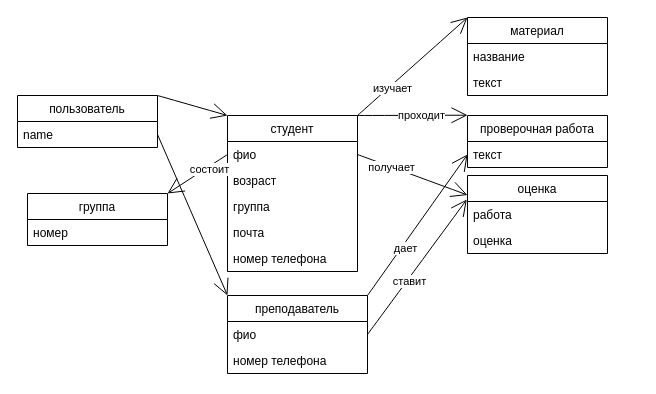
The draw.io diagram page "бд_лог" (2 of 3) of дорожная карта.drawio in yanelena/diagrams, before the edit. Source tidied: cells renumbered, new cells numbered last; positions are measured from the earlier drawing's top-left corner, leaving out a move shared by most shapes. Both pictures are drawn from the tidied source at 100%, with x=0, y=0 at pixel (17, 17).
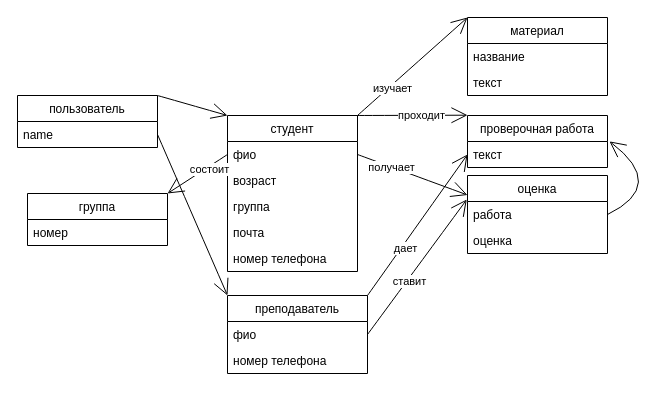
The same page after the edit.

The change refers to these unchanged cells:
```xml
<mxCell id="16" value="текст" style="text;strokeColor=none;fillColor=none;align=left;verticalAlign=top;spacingLeft=4;spacingRight=4;overflow=hidden;points=[[0,0.5],[1,0.5]];portConstraint=eastwest;" parent="15" vertex="1">
  <mxGeometry y="26" width="140" height="26" as="geometry" />
</mxCell>
<mxCell id="18" value="работа" style="text;strokeColor=none;fillColor=none;align=left;verticalAlign=top;spacingLeft=4;spacingRight=4;overflow=hidden;points=[[0,0.5],[1,0.5]];portConstraint=eastwest;" parent="17" vertex="1">
  <mxGeometry y="26" width="140" height="26" as="geometry" />
</mxCell>
```

The edit, as a diff of the source:
```diff
@@
+    <mxCell id="37" style="edgeStyle=none;curved=1;rounded=0;jettySize=auto;html=1;exitX=1;exitY=0.5;exitDx=0;exitDy=0;entryX=1.014;entryY=-0.005;entryDx=0;entryDy=0;entryPerimeter=0;endArrow=open;startSize=14;endSize=14;sourcePerimeterSpacing=8;targetPerimeterSpacing=8;" parent="1" edge="1" source="18" target="16">
+      <mxGeometry relative="1" as="geometry">
+        <Array as="points">
+          <mxPoint x="650" y="168" />
+        </Array>
+      </mxGeometry>
+    </mxCell>
```
